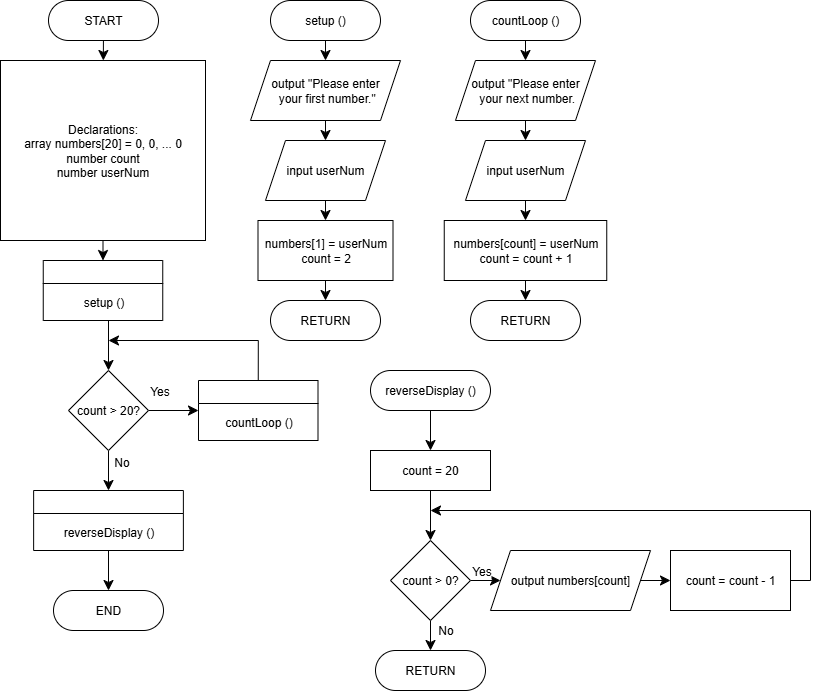
The draw.io diagram Module 7 - Arrays Exercise 1-2 - Connor Bowles.drawio.png in CBowles10/SDEV_120_FALL2025_CBOWLES, before a commit. Source tidied: cells renumbered, new cells last; positions are measured from the earlier drawing's top-left corner, leaving out a move shared by most shapes.
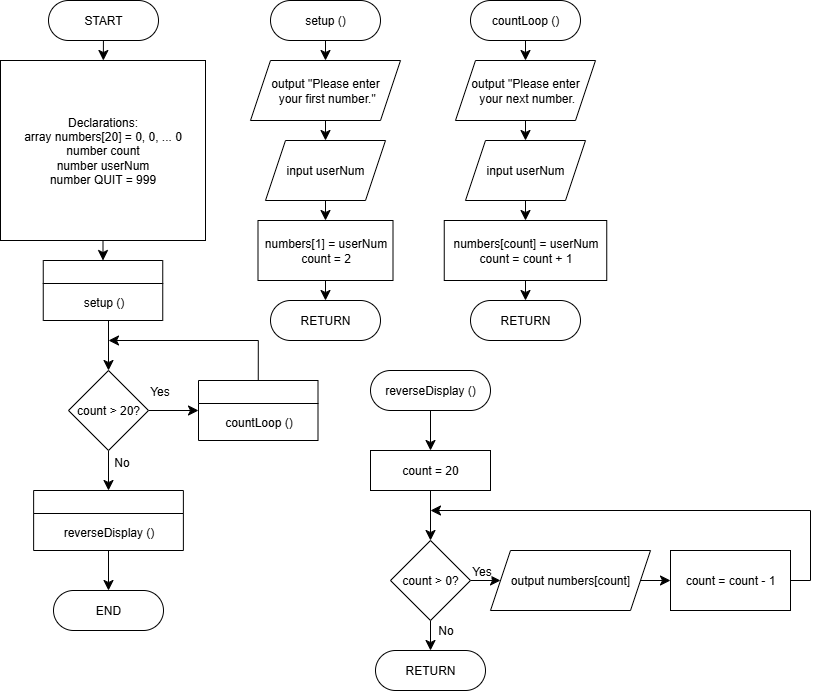
After the commit.

The edit, as a diff of the source:
```diff
@@ -11,7 +11,7 @@
     <mxCell id="4" style="edgeStyle=none;curved=1;rounded=0;jettySize=auto;html=1;exitX=0.5;exitY=1;exitDx=0;exitDy=0;fontSize=12;startSize=8;endSize=8;" parent="1" edge="1" source="5" target="15">
       <mxGeometry relative="1" as="geometry" />
     </mxCell>
-    <mxCell id="5" value="Declarations:&lt;div&gt;array numbers[20] = 0, 0, ... 0&lt;br&gt;number count&lt;br&gt;number userNum&lt;/div&gt;" style="rounded=0;whiteSpace=wrap;html=1;" parent="1" vertex="1">
+    <mxCell id="5" value="Declarations:&lt;div&gt;array numbers[20] = 0, 0, ... 0&lt;br&gt;number count&lt;br&gt;number userNum&lt;br&gt;number QUIT = 999&lt;/div&gt;" style="rounded=0;whiteSpace=wrap;html=1;" parent="1" vertex="1">
       <mxGeometry y="60" width="205" height="180" as="geometry" />
     </mxCell>
     <mxCell id="6" style="edgeStyle=none;curved=1;rounded=0;jettySize=auto;html=1;fontSize=12;startSize=8;endSize=8;entryX=0;entryY=0.5;entryDx=0;entryDy=0;" parent="1" edge="1" source="10" target="12">
```
